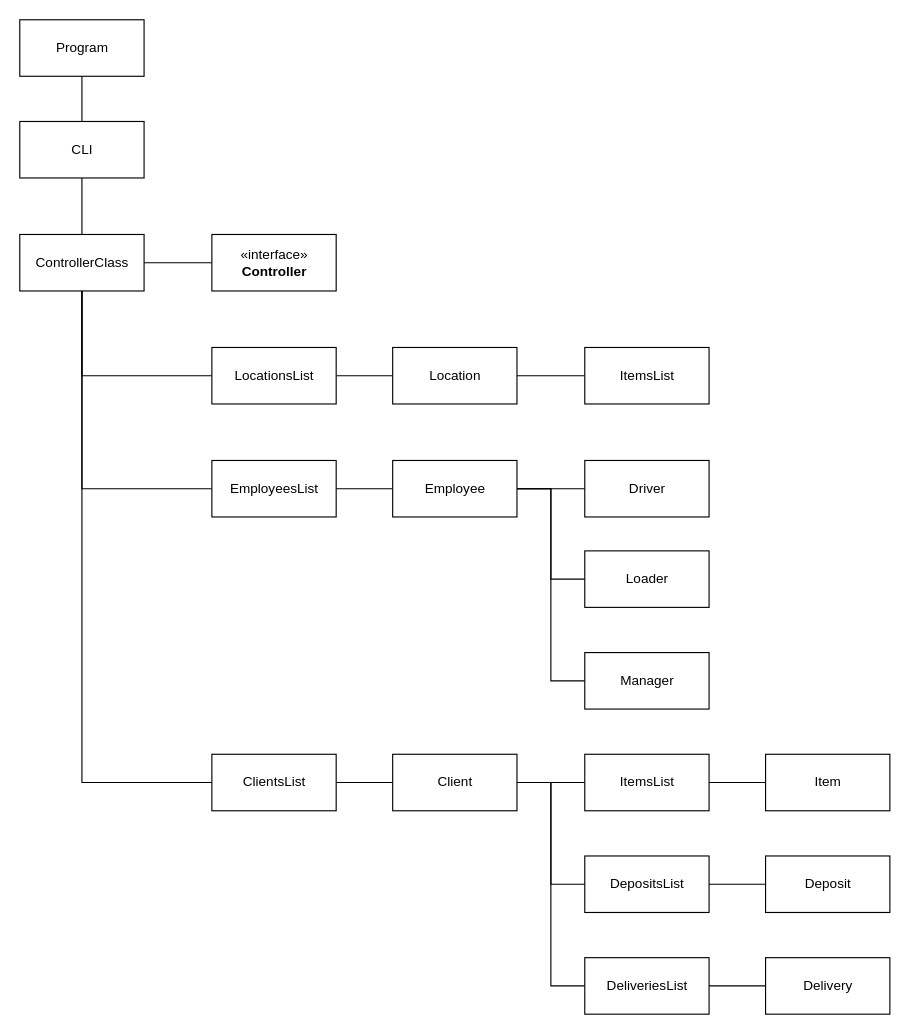
This is uml.drawio from jpfn2407/projetoPOO, a draw.io file, before an edit. Source tidied: cells renumbered, new cells numbered last; positions are measured from the earlier drawing's top-left corner, leaving out a move shared by most shapes. Both pictures are drawn from the tidied source at 113%, with x=0, y=0 at pixel (19, 19).
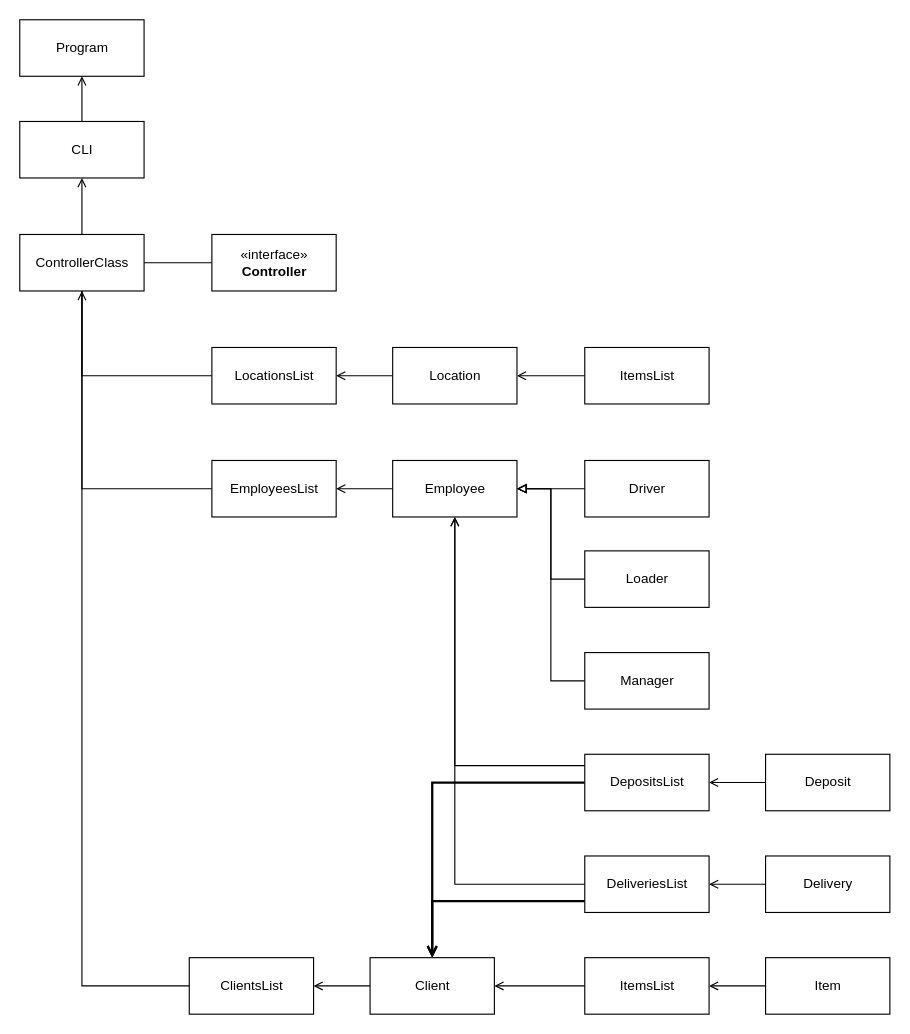
The same page after the edit.

The change refers to these unchanged cells:
```xml
<mxCell id="3" value="Program" style="html=1;" parent="1" vertex="1">
  <mxGeometry width="110" height="50" as="geometry" />
</mxCell>
<mxCell id="5" value="&lt;div&gt;CLI&lt;/div&gt;" style="html=1;" parent="1" vertex="1">
  <mxGeometry y="90" width="110" height="50" as="geometry" />
</mxCell>
<mxCell id="6" value="ControllerClass" style="html=1;" parent="1" vertex="1">
  <mxGeometry y="190" width="110" height="50" as="geometry" />
</mxCell>
<mxCell id="11" value="LocationsList" style="html=1;" parent="1" vertex="1">
  <mxGeometry x="170" y="290" width="110" height="50" as="geometry" />
</mxCell>
<mxCell id="13" value="Location" style="html=1;" parent="1" vertex="1">
  <mxGeometry x="330" y="290" width="110" height="50" as="geometry" />
</mxCell>
<mxCell id="15" value="EmployeesList" style="html=1;" parent="1" vertex="1">
  <mxGeometry x="170" y="390" width="110" height="50" as="geometry" />
</mxCell>
<mxCell id="17" value="Driver" style="html=1;" parent="1" vertex="1">
  <mxGeometry x="500" y="390" width="110" height="50" as="geometry" />
</mxCell>
<mxCell id="19" value="Loader" style="html=1;" parent="1" vertex="1">
  <mxGeometry x="500" y="470" width="110" height="50" as="geometry" />
</mxCell>
<mxCell id="21" value="Employee" style="html=1;" parent="1" vertex="1">
  <mxGeometry x="330" y="390" width="110" height="50" as="geometry" />
</mxCell>
<mxCell id="23" value="Manager" style="html=1;" parent="1" vertex="1">
  <mxGeometry x="500" y="560" width="110" height="50" as="geometry" />
</mxCell>
<mxCell id="32" value="ItemsList" style="html=1;" parent="1" vertex="1">
  <mxGeometry x="500" y="290" width="110" height="50" as="geometry" />
</mxCell>
```

The edit, as a diff of the source:
```diff
@@
-    <mxCell id="2" style="edgeStyle=orthogonalEdgeStyle;rounded=0;jettySize=auto;html=1;entryX=0.5;entryY=0;entryDx=0;entryDy=0;endArrow=none;endFill=0;" parent="1" edge="1" source="3" target="5">
+    <mxCell id="2" style="edgeStyle=orthogonalEdgeStyle;rounded=0;jettySize=auto;html=1;entryX=0.5;entryY=0;entryDx=0;entryDy=0;endArrow=none;endFill=0;startArrow=open;startFill=0;" parent="1" edge="1" source="3" target="5">
       <mxGeometry relative="1" as="geometry" />
     </mxCell>
@@
-    <mxCell id="4" style="edgeStyle=orthogonalEdgeStyle;rounded=0;jettySize=auto;html=1;entryX=0.5;entryY=0;entryDx=0;entryDy=0;endArrow=none;endFill=0;" parent="1" edge="1" source="5" target="6">
+    <mxCell id="4" style="edgeStyle=orthogonalEdgeStyle;rounded=0;jettySize=auto;html=1;entryX=0.5;entryY=0;entryDx=0;entryDy=0;endArrow=none;endFill=0;startArrow=open;startFill=0;" parent="1" edge="1" source="5" target="6">
       <mxGeometry relative="1" as="geometry" />
     </mxCell>
@@
-    <mxCell id="9" style="edgeStyle=orthogonalEdgeStyle;rounded=0;jettySize=auto;html=1;endArrow=none;endFill=0;" parent="1" edge="1" source="11" target="13">
+    <mxCell id="9" style="edgeStyle=orthogonalEdgeStyle;rounded=0;jettySize=auto;html=1;endArrow=none;endFill=0;startArrow=open;startFill=0;" parent="1" edge="1" source="11" target="13">
       <mxGeometry relative="1" as="geometry" />
     </mxCell>
@@
-    <mxCell id="12" style="edgeStyle=orthogonalEdgeStyle;rounded=0;jettySize=auto;html=1;entryX=0;entryY=0.5;entryDx=0;entryDy=0;endArrow=none;endFill=0;" parent="1" edge="1" source="13" target="32">
+    <mxCell id="12" style="edgeStyle=orthogonalEdgeStyle;rounded=0;jettySize=auto;html=1;entryX=0;entryY=0.5;entryDx=0;entryDy=0;endArrow=none;endFill=0;startArrow=open;startFill=0;" parent="1" edge="1" source="13" target="32">
       <mxGeometry relative="1" as="geometry" />
     </mxCell>
@@
-    <mxCell id="16" style="edgeStyle=orthogonalEdgeStyle;rounded=0;jettySize=auto;html=1;entryX=1;entryY=0.5;entryDx=0;entryDy=0;endArrow=none;endFill=0;" parent="1" edge="1" source="17" target="21">
+    <mxCell id="16" style="edgeStyle=orthogonalEdgeStyle;rounded=0;jettySize=auto;html=1;entryX=1;entryY=0.5;entryDx=0;entryDy=0;endArrow=block;endFill=0;" parent="1" edge="1" source="17" target="21">
       <mxGeometry relative="1" as="geometry" />
     </mxCell>
@@
-    <mxCell id="18" style="edgeStyle=orthogonalEdgeStyle;rounded=0;jettySize=auto;html=1;endArrow=none;endFill=0;entryX=1;entryY=0.5;entryDx=0;entryDy=0;" parent="1" edge="1" source="19" target="21">
+    <mxCell id="18" style="edgeStyle=orthogonalEdgeStyle;rounded=0;jettySize=auto;html=1;endArrow=block;endFill=0;entryX=1;entryY=0.5;entryDx=0;entryDy=0;" parent="1" edge="1" source="19" target="21">
       <mxGeometry relative="1" as="geometry" />
     </mxCell>
@@
-    <mxCell id="20" style="edgeStyle=orthogonalEdgeStyle;rounded=0;jettySize=auto;html=1;entryX=1;entryY=0.5;entryDx=0;entryDy=0;endArrow=none;endFill=0;" parent="1" edge="1" source="21" target="15">
+    <mxCell id="20" style="edgeStyle=orthogonalEdgeStyle;rounded=0;jettySize=auto;html=1;entryX=1;entryY=0.5;entryDx=0;entryDy=0;endArrow=open;endFill=0;startArrow=none;startFill=0;" parent="1" edge="1" source="21" target="15">
       <mxGeometry relative="1" as="geometry" />
     </mxCell>
@@
-    <mxCell id="22" style="edgeStyle=orthogonalEdgeStyle;rounded=0;jettySize=auto;html=1;entryX=1;entryY=0.5;entryDx=0;entryDy=0;endArrow=none;endFill=0;" parent="1" edge="1" source="23" target="21">
+    <mxCell id="22" style="edgeStyle=orthogonalEdgeStyle;rounded=0;jettySize=auto;html=1;entryX=1;entryY=0.5;entryDx=0;entryDy=0;endArrow=block;endFill=0;startArrow=none;startFill=0;" parent="1" edge="1" source="23" target="21">
       <mxGeometry relative="1" as="geometry" />
     </mxCell>
@@
-    <mxCell id="24" style="edgeStyle=orthogonalEdgeStyle;rounded=0;jettySize=auto;html=1;entryX=0;entryY=0.5;entryDx=0;entryDy=0;endArrow=none;endFill=0;" parent="1" edge="1" source="26" target="28">
+    <mxCell id="24" style="edgeStyle=orthogonalEdgeStyle;rounded=0;jettySize=auto;html=1;entryX=0;entryY=0.5;entryDx=0;entryDy=0;endArrow=none;endFill=0;startArrow=open;startFill=0;" parent="1" edge="1" source="26" target="28">
       <mxGeometry relative="1" as="geometry" />
     </mxCell>
-    <mxCell id="25" style="edgeStyle=orthogonalEdgeStyle;rounded=0;jettySize=auto;html=1;entryX=0.5;entryY=1;entryDx=0;entryDy=0;endArrow=none;endFill=0;" parent="1" edge="1" source="26" target="6">
+    <mxCell id="25" style="edgeStyle=orthogonalEdgeStyle;rounded=0;jettySize=auto;html=1;entryX=0.5;entryY=1;entryDx=0;entryDy=0;endArrow=open;endFill=0;" parent="1" edge="1" source="26" target="6">
       <mxGeometry relative="1" as="geometry" />
     </mxCell>
     <mxCell id="26" value="ClientsList" style="html=1;" parent="1" vertex="1">
-      <mxGeometry x="170" y="650" width="110" height="50" as="geometry" />
+      <mxGeometry x="150" y="830" width="110" height="50" as="geometry" />
     </mxCell>
-    <mxCell id="27" style="edgeStyle=orthogonalEdgeStyle;rounded=0;jettySize=auto;html=1;entryX=0;entryY=0.5;entryDx=0;entryDy=0;endArrow=none;endFill=0;" parent="1" edge="1" source="28" target="30">
+    <mxCell id="27" style="edgeStyle=orthogonalEdgeStyle;rounded=0;jettySize=auto;html=1;entryX=0;entryY=0.5;entryDx=0;entryDy=0;endArrow=none;endFill=0;startArrow=open;startFill=0;" parent="1" edge="1" source="28" target="30">
       <mxGeometry relative="1" as="geometry" />
     </mxCell>
     <mxCell id="28" value="Client" style="html=1;" parent="1" vertex="1">
-      <mxGeometry x="330" y="650" width="110" height="50" as="geometry" />
+      <mxGeometry x="310" y="830" width="110" height="50" as="geometry" />
     </mxCell>
-    <mxCell id="29" style="edgeStyle=orthogonalEdgeStyle;rounded=0;jettySize=auto;html=1;entryX=0;entryY=0.5;entryDx=0;entryDy=0;endArrow=none;endFill=0;" parent="1" edge="1" source="30" target="31">
+    <mxCell id="29" style="edgeStyle=orthogonalEdgeStyle;rounded=0;jettySize=auto;html=1;entryX=0;entryY=0.5;entryDx=0;entryDy=0;endArrow=none;endFill=0;startArrow=open;startFill=0;" parent="1" edge="1" source="30" target="31">
       <mxGeometry relative="1" as="geometry" />
     </mxCell>
     <mxCell id="30" value="ItemsList" style="html=1;" parent="1" vertex="1">
-      <mxGeometry x="500" y="650" width="110" height="50" as="geometry" />
+      <mxGeometry x="500" y="830" width="110" height="50" as="geometry" />
     </mxCell>
     <mxCell id="31" value="Item" style="html=1;" parent="1" vertex="1">
-      <mxGeometry x="660" y="650" width="110" height="50" as="geometry" />
+      <mxGeometry x="660" y="830" width="110" height="50" as="geometry" />
     </mxCell>
@@
-    <mxCell id="33" style="edgeStyle=orthogonalEdgeStyle;rounded=0;jettySize=auto;html=1;entryX=1;entryY=0.5;entryDx=0;entryDy=0;endArrow=none;endFill=0;" parent="1" edge="1" source="34" target="28">
+    <mxCell id="33" style="edgeStyle=orthogonalEdgeStyle;rounded=0;jettySize=auto;html=1;entryX=0.5;entryY=0;entryDx=0;entryDy=0;startArrow=none;startFill=0;endArrow=open;endFill=0;strokeWidth=2;" parent="1" edge="1" source="34" target="28">
       <mxGeometry relative="1" as="geometry" />
     </mxCell>
+    <mxCell id="41" style="edgeStyle=orthogonalEdgeStyle;rounded=0;jettySize=auto;html=1;entryX=0.5;entryY=1;entryDx=0;entryDy=0;startArrow=none;startFill=0;endArrow=open;endFill=0;" parent="1" edge="1" source="34" target="21">
+      <mxGeometry relative="1" as="geometry">
+        <Array as="points">
+          <mxPoint x="385" y="660" />
+        </Array>
+      </mxGeometry>
+    </mxCell>
     <mxCell id="34" value="DepositsList" style="html=1;" parent="1" vertex="1">
-      <mxGeometry x="500" y="740" width="110" height="50" as="geometry" />
+      <mxGeometry x="500" y="650" width="110" height="50" as="geometry" />
     </mxCell>
-    <mxCell id="35" style="edgeStyle=orthogonalEdgeStyle;rounded=0;jettySize=auto;html=1;entryX=1;entryY=0.5;entryDx=0;entryDy=0;endArrow=none;endFill=0;" parent="1" edge="1" source="36" target="34">
+    <mxCell id="35" style="edgeStyle=orthogonalEdgeStyle;rounded=0;jettySize=auto;html=1;entryX=1;entryY=0.5;entryDx=0;entryDy=0;endArrow=open;endFill=0;startArrow=none;startFill=0;" parent="1" edge="1" source="36" target="34">
       <mxGeometry relative="1" as="geometry" />
     </mxCell>
     <mxCell id="36" value="Deposit" style="html=1;" parent="1" vertex="1">
-      <mxGeometry x="660" y="740" width="110" height="50" as="geometry" />
+      <mxGeometry x="660" y="650" width="110" height="50" as="geometry" />
     </mxCell>
-    <mxCell id="37" style="edgeStyle=orthogonalEdgeStyle;rounded=0;jettySize=auto;html=1;entryX=1;entryY=0.5;entryDx=0;entryDy=0;endArrow=none;endFill=0;" parent="1" edge="1" source="38" target="28">
-      <mxGeometry relative="1" as="geometry" />
+    <mxCell id="37" style="edgeStyle=orthogonalEdgeStyle;rounded=0;jettySize=auto;html=1;entryX=0.5;entryY=0;entryDx=0;entryDy=0;startArrow=none;startFill=0;endArrow=open;endFill=0;strokeWidth=2;" parent="1" edge="1" source="38" target="28">
+      <mxGeometry relative="1" as="geometry">
+        <Array as="points">
+          <mxPoint x="365" y="780" />
+        </Array>
+      </mxGeometry>
     </mxCell>
+    <mxCell id="42" style="edgeStyle=orthogonalEdgeStyle;rounded=0;jettySize=auto;html=1;startArrow=none;startFill=0;endArrow=open;endFill=0;entryX=0.5;entryY=1;entryDx=0;entryDy=0;" parent="1" edge="1" source="38" target="21">
+      <mxGeometry relative="1" as="geometry" />
+    </mxCell>
     <mxCell id="38" value="DeliveriesList" style="html=1;" parent="1" vertex="1">
-      <mxGeometry x="500" y="830" width="110" height="50" as="geometry" />
+      <mxGeometry x="500" y="740" width="110" height="50" as="geometry" />
     </mxCell>
-    <mxCell id="39" style="edgeStyle=orthogonalEdgeStyle;rounded=0;jettySize=auto;html=1;entryX=1;entryY=0.5;entryDx=0;entryDy=0;endArrow=none;endFill=0;" parent="1" edge="1" source="40" target="38">
+    <mxCell id="39" style="edgeStyle=orthogonalEdgeStyle;rounded=0;jettySize=auto;html=1;entryX=1;entryY=0.5;entryDx=0;entryDy=0;endArrow=open;endFill=0;" parent="1" edge="1" source="40" target="38">
       <mxGeometry relative="1" as="geometry" />
     </mxCell>
     <mxCell id="40" value="Delivery" style="html=1;" parent="1" vertex="1">
-      <mxGeometry x="660" y="830" width="110" height="50" as="geometry" />
+      <mxGeometry x="660" y="740" width="110" height="50" as="geometry" />
     </mxCell>
```
